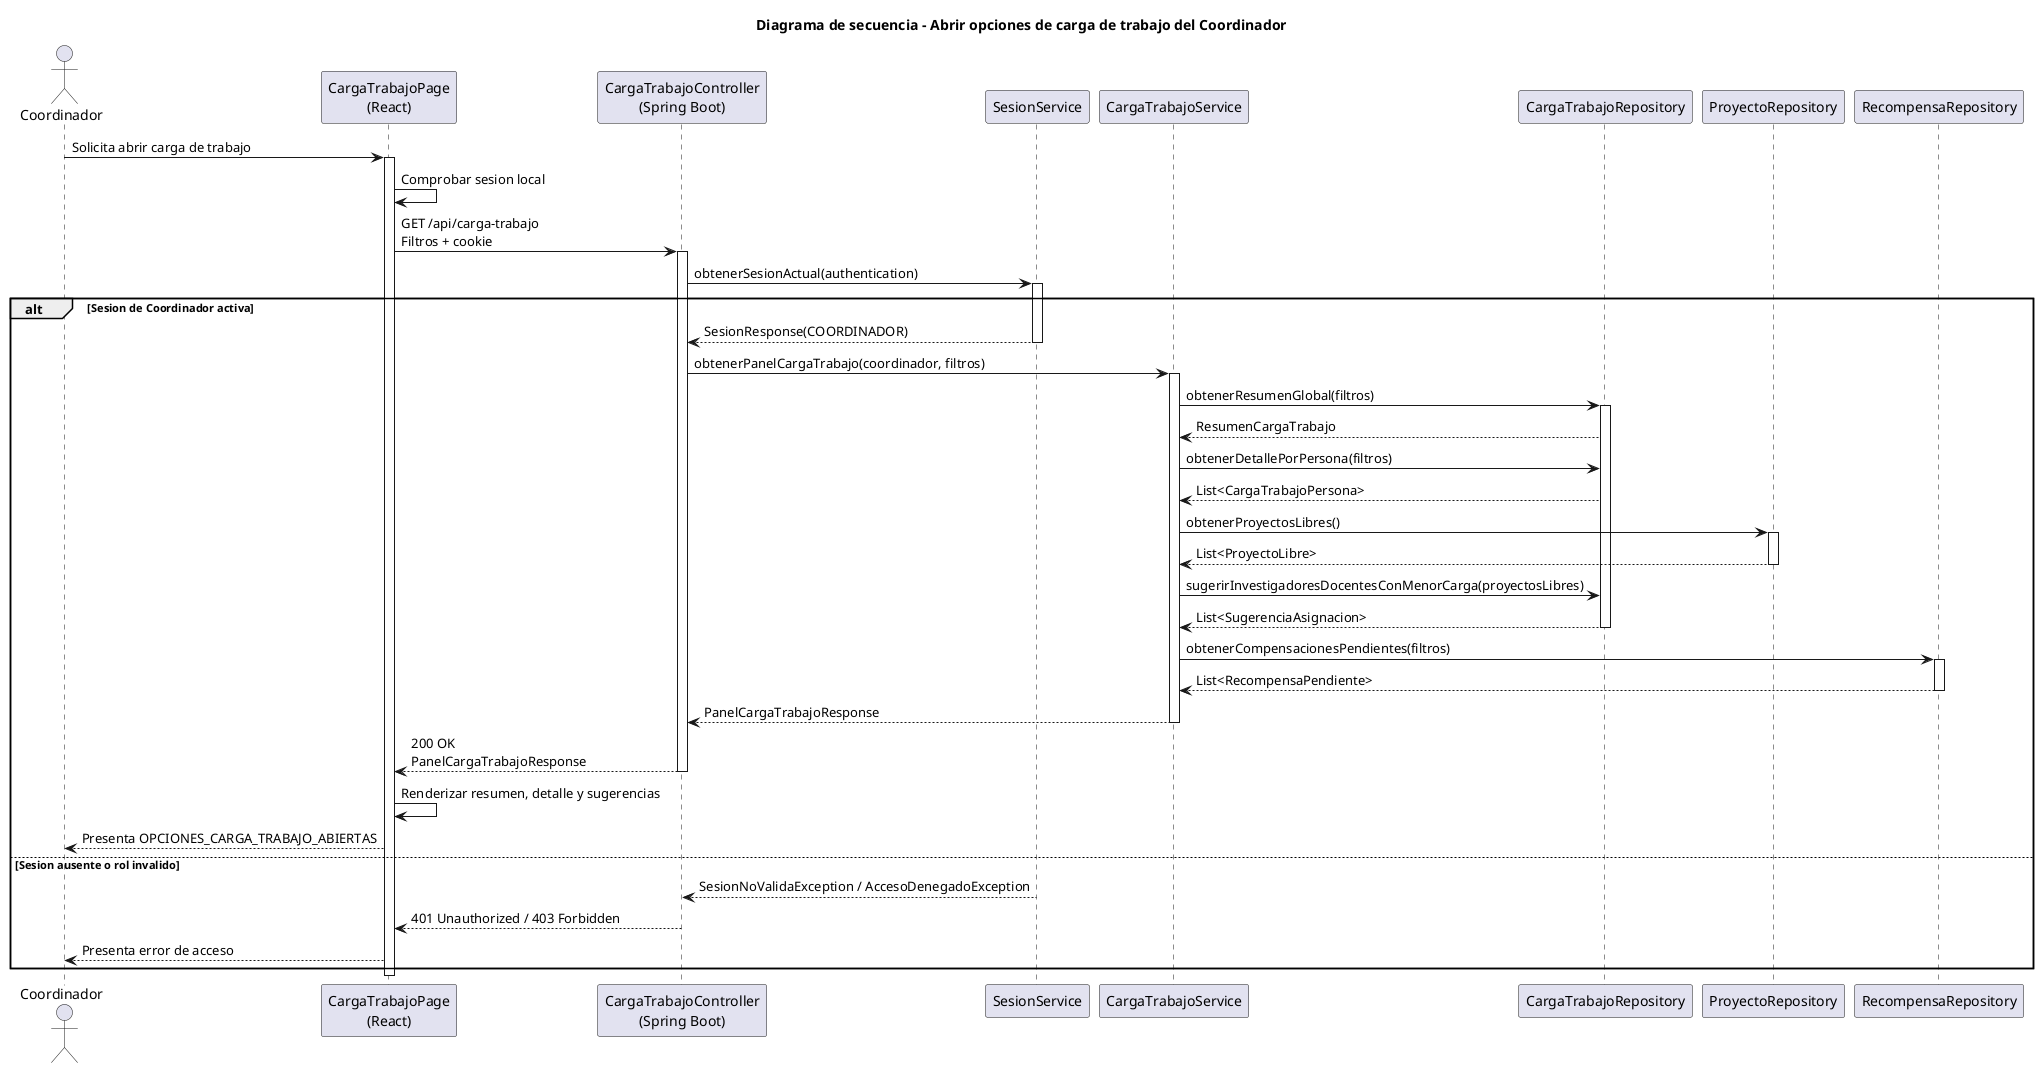
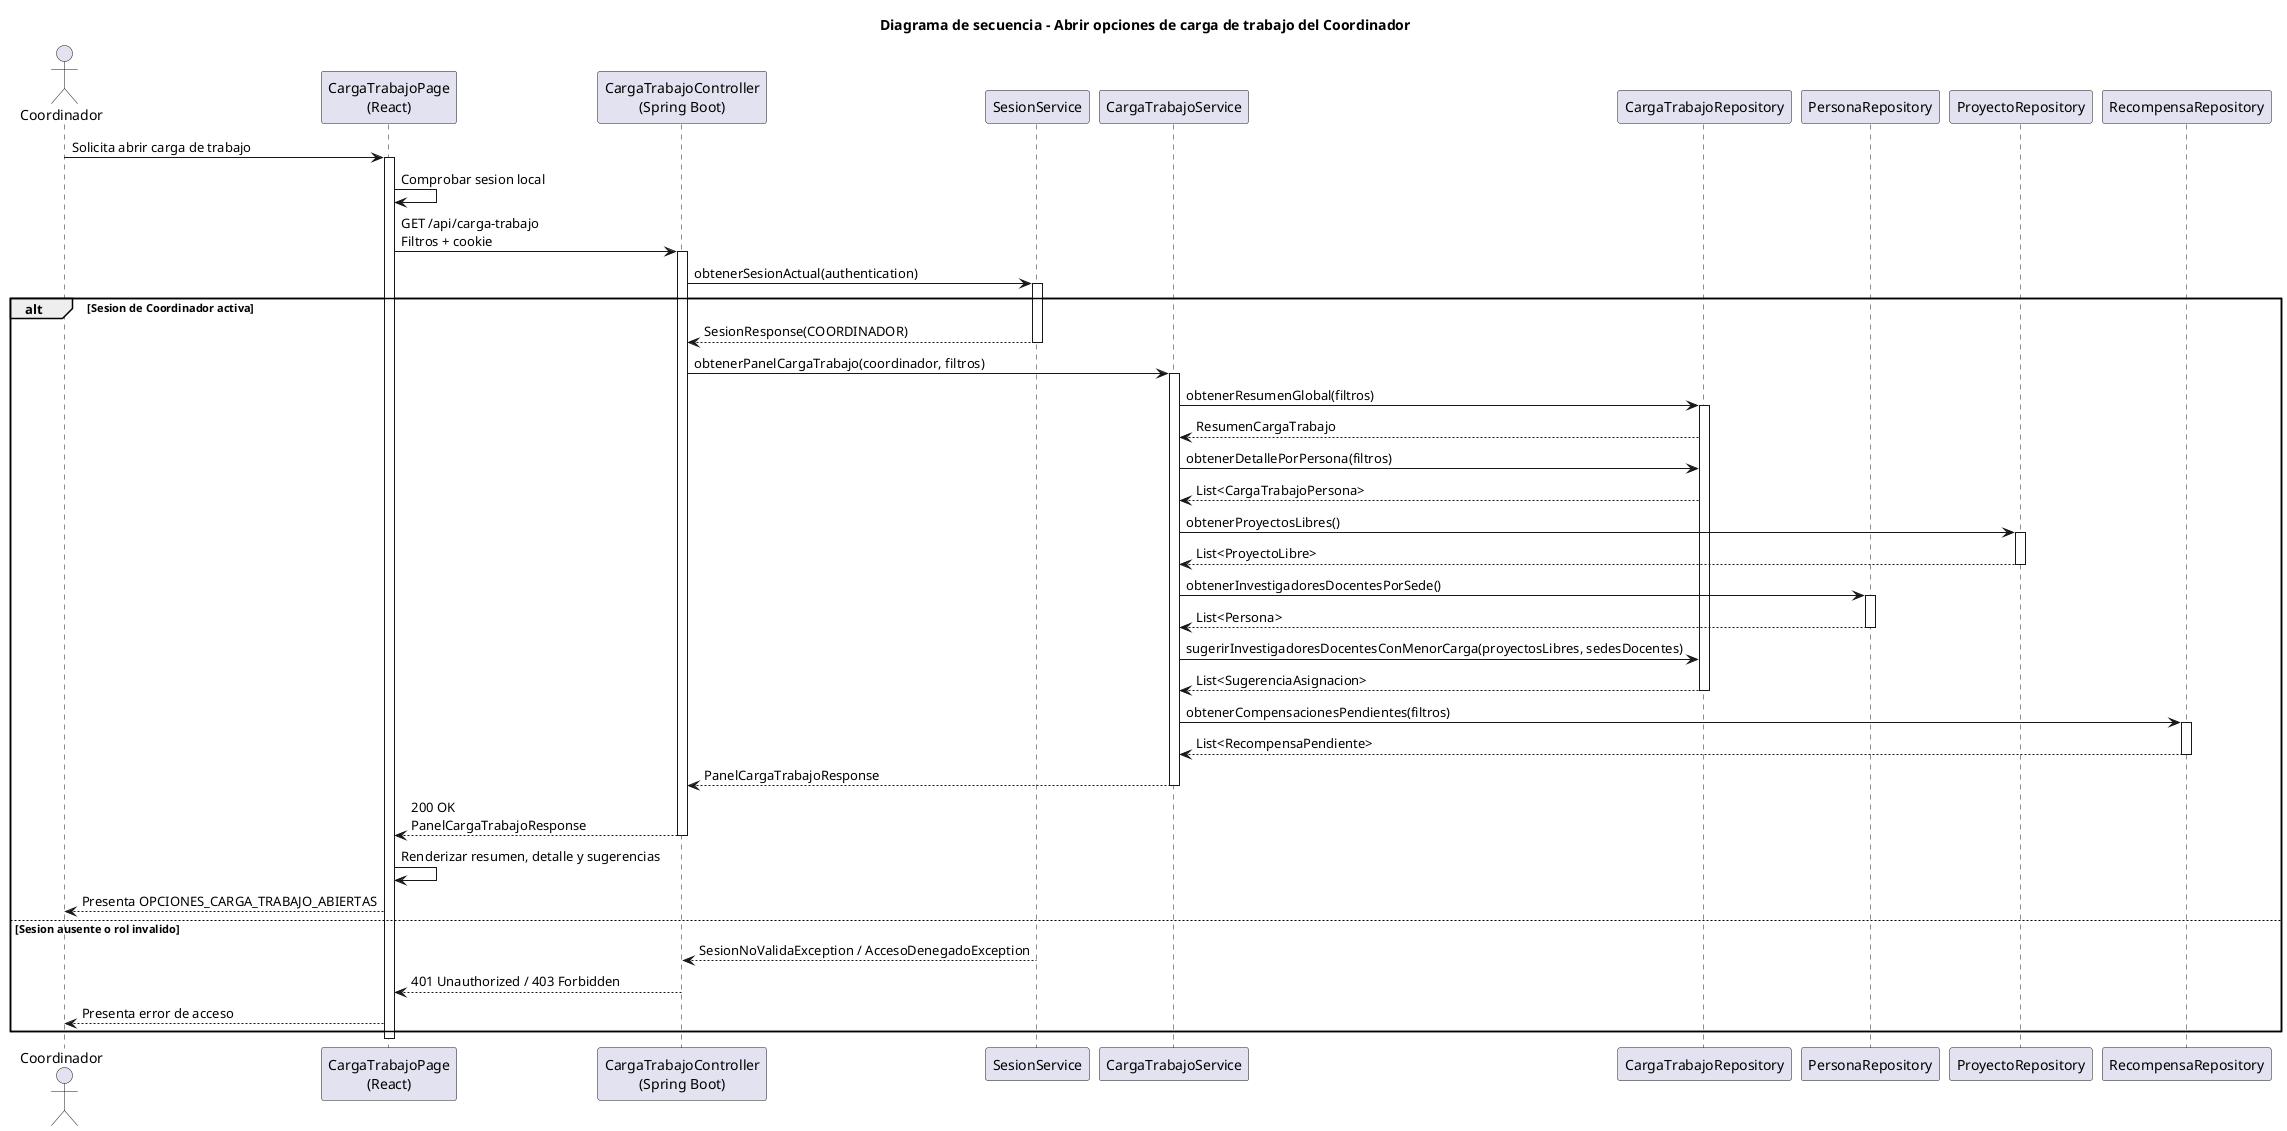
@startuml abrirOpcionesCargaTrabajo-coordinador-diseno
title Diagrama de secuencia - Abrir opciones de carga de trabajo del Coordinador

actor Coordinador
participant "CargaTrabajoPage\n(React)" as Frontend
participant "CargaTrabajoController\n(Spring Boot)" as Api
participant "SesionService" as Sesion
participant "CargaTrabajoService" as Service
participant "CargaTrabajoRepository" as CargaRepo
+ participant "PersonaRepository" as PersonaRepo
participant "ProyectoRepository" as ProyectoRepo
participant "RecompensaRepository" as RecompensaRepo

Coordinador -> Frontend: Solicita abrir carga de trabajo
activate Frontend
Frontend -> Frontend: Comprobar sesion local
Frontend -> Api: GET /api/carga-trabajo\nFiltros + cookie
activate Api
Api -> Sesion: obtenerSesionActual(authentication)
activate Sesion
alt Sesion de Coordinador activa
    Sesion --> Api: SesionResponse(COORDINADOR)
    deactivate Sesion
    Api -> Service: obtenerPanelCargaTrabajo(coordinador, filtros)
    activate Service
    Service -> CargaRepo: obtenerResumenGlobal(filtros)
    activate CargaRepo
    CargaRepo --> Service: ResumenCargaTrabajo
    Service -> CargaRepo: obtenerDetallePorPersona(filtros)
    CargaRepo --> Service: List<CargaTrabajoPersona>
    Service -> ProyectoRepo: obtenerProyectosLibres()
    activate ProyectoRepo
    ProyectoRepo --> Service: List<ProyectoLibre>
    deactivate ProyectoRepo
-     Service -> CargaRepo: sugerirInvestigadoresDocentesConMenorCarga(proyectosLibres)
+     Service -> PersonaRepo: obtenerInvestigadoresDocentesPorSede()
+     activate PersonaRepo
+     PersonaRepo --> Service: List<Persona>
+     deactivate PersonaRepo
+     Service -> CargaRepo: sugerirInvestigadoresDocentesConMenorCarga(proyectosLibres, sedesDocentes)
    CargaRepo --> Service: List<SugerenciaAsignacion>
    deactivate CargaRepo
    Service -> RecompensaRepo: obtenerCompensacionesPendientes(filtros)
    activate RecompensaRepo
    RecompensaRepo --> Service: List<RecompensaPendiente>
    deactivate RecompensaRepo
    Service --> Api: PanelCargaTrabajoResponse
    deactivate Service
    Api --> Frontend: 200 OK\nPanelCargaTrabajoResponse
    deactivate Api
    Frontend -> Frontend: Renderizar resumen, detalle y sugerencias
    Frontend --> Coordinador: Presenta OPCIONES_CARGA_TRABAJO_ABIERTAS
else Sesion ausente o rol invalido
    Sesion --> Api: SesionNoValidaException / AccesoDenegadoException
    deactivate Sesion
    Api --> Frontend: 401 Unauthorized / 403 Forbidden
    deactivate Api
    Frontend --> Coordinador: Presenta error de acceso
end
deactivate Frontend
@enduml
